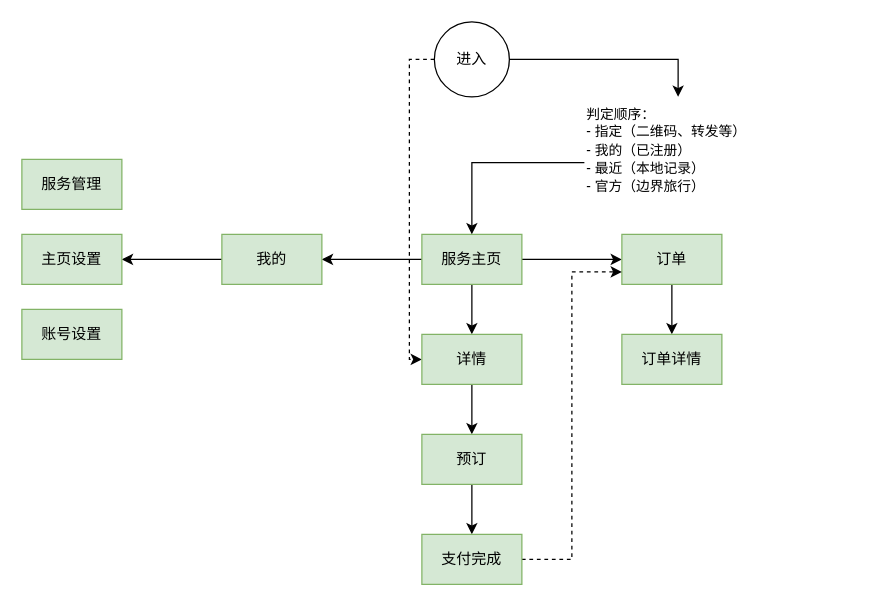
Before: bluedge.drawio in sunkeyfong/flowcharts, a draw.io diagram. Source tidied: cells renumbered, new cells numbered last; positions are measured from the earlier drawing's top-left corner, leaving out a move shared by most shapes. Both pictures are drawn from the tidied source at 125%, with x=0, y=0 at pixel (21, 21).
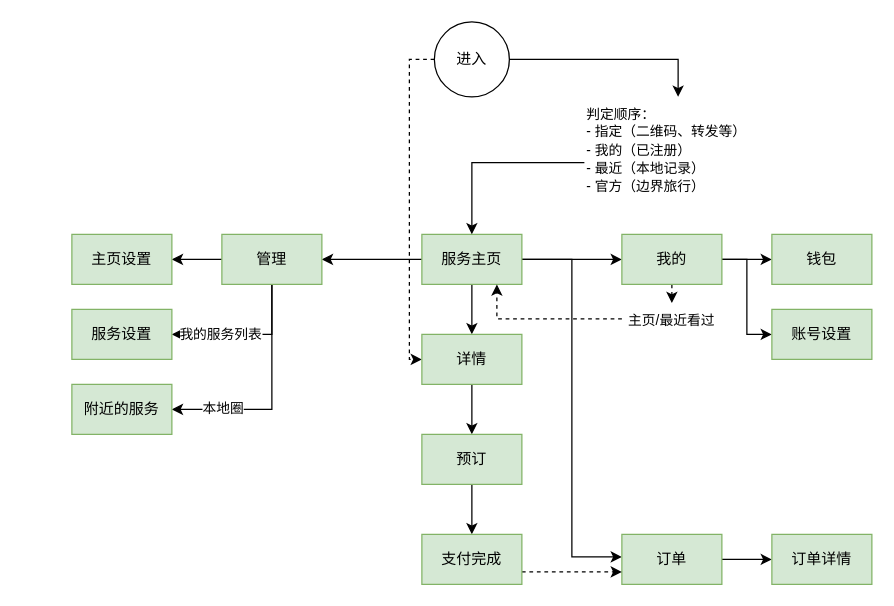
The same diagram, later.

Unchanged cells that the change refers to:
```xml
<mxCell id="8" value="服务主页" style="rounded=0;whiteSpace=wrap;html=1;fillColor=#d5e8d4;strokeColor=#82b366;" parent="1" vertex="1">
  <mxGeometry x="320" y="170" width="80" height="40" as="geometry" />
</mxCell>
<mxCell id="20" value="支付完成" style="rounded=0;whiteSpace=wrap;html=1;fillColor=#d5e8d4;strokeColor=#82b366;" parent="1" vertex="1">
  <mxGeometry x="320" y="410" width="80" height="40" as="geometry" />
</mxCell>
```

What changed in the source:
```diff
@@
+    <mxCell id="7" style="edgeStyle=orthogonalEdgeStyle;rounded=0;jettySize=auto;html=1;" parent="1" edge="1" source="8" target="16">
+      <mxGeometry relative="1" as="geometry">
+        <Array as="points">
+          <mxPoint x="440" y="190" />
+          <mxPoint x="440" y="428" />
+        </Array>
+      </mxGeometry>
+    </mxCell>
-    <mxCell id="6" style="edgeStyle=orthogonalEdgeStyle;rounded=0;jettySize=auto;html=1;" parent="1" edge="1" source="8" target="14">
+    <mxCell id="6" style="edgeStyle=orthogonalEdgeStyle;rounded=0;jettySize=auto;html=1;exitX=1;exitY=0.5;exitDx=0;exitDy=0;entryX=0;entryY=0.5;entryDx=0;entryDy=0;startArrow=none;startFill=0;" parent="1" edge="1" source="8" target="14">
       <mxGeometry relative="1" as="geometry" />
     </mxCell>
-    <mxCell id="7" style="edgeStyle=orthogonalEdgeStyle;rounded=0;jettySize=auto;html=1;" parent="1" edge="1" source="8" target="16">
-      <mxGeometry relative="1" as="geometry" />
-    </mxCell>
+    <mxCell id="25" style="edgeStyle=orthogonalEdgeStyle;rounded=0;jettySize=auto;html=1;startArrow=none;startFill=0;" parent="1" edge="1" source="8" target="22">
+      <mxGeometry relative="1" as="geometry" />
+    </mxCell>
@@
-    <mxCell id="13" style="edgeStyle=orthogonalEdgeStyle;rounded=0;jettySize=auto;html=1;startArrow=none;startFill=0;" parent="1" edge="1" source="14" target="22">
-      <mxGeometry relative="1" as="geometry" />
-    </mxCell>
+    <mxCell id="26" style="edgeStyle=orthogonalEdgeStyle;rounded=0;jettySize=auto;html=1;startArrow=none;startFill=0;" parent="1" edge="1" source="14" target="36">
+      <mxGeometry relative="1" as="geometry" />
+    </mxCell>
+    <mxCell id="27" style="edgeStyle=orthogonalEdgeStyle;rounded=0;jettySize=auto;html=1;exitX=0.5;exitY=1;exitDx=0;exitDy=0;entryX=0.5;entryY=0;entryDx=0;entryDy=0;dashed=1;startArrow=none;startFill=0;" parent="1" edge="1" source="14" target="35">
+      <mxGeometry relative="1" as="geometry" />
+    </mxCell>
+    <mxCell id="28" style="edgeStyle=orthogonalEdgeStyle;rounded=0;jettySize=auto;html=1;exitX=1;exitY=0.5;exitDx=0;exitDy=0;entryX=0;entryY=0.5;entryDx=0;entryDy=0;startArrow=none;startFill=0;" parent="1" edge="1" source="14" target="24">
+      <mxGeometry relative="1" as="geometry" />
+    </mxCell>
     <mxCell id="14" value="我的" style="rounded=0;whiteSpace=wrap;html=1;fillColor=#d5e8d4;strokeColor=#82b366;" parent="1" vertex="1">
-      <mxGeometry x="160" y="170" width="80" height="40" as="geometry" />
+      <mxGeometry x="480" y="170" width="80" height="40" as="geometry" />
     </mxCell>
@@
     <mxCell id="16" value="订单" style="rounded=0;whiteSpace=wrap;html=1;fillColor=#d5e8d4;strokeColor=#82b366;" parent="1" vertex="1">
-      <mxGeometry x="480" y="170" width="80" height="40" as="geometry" />
+      <mxGeometry x="480" y="410" width="80" height="40" as="geometry" />
     </mxCell>
@@
-    <mxCell id="19" style="edgeStyle=orthogonalEdgeStyle;rounded=0;jettySize=auto;html=1;exitX=1;exitY=0.5;exitDx=0;exitDy=0;entryX=0;entryY=0.75;entryDx=0;entryDy=0;startArrow=none;startFill=0;dashed=1;" parent="1" edge="1" source="20" target="16">
-      <mxGeometry relative="1" as="geometry" />
+    <mxCell id="19" style="edgeStyle=orthogonalEdgeStyle;rounded=0;jettySize=auto;html=1;startArrow=none;startFill=0;dashed=1;exitX=1;exitY=0.75;exitDx=0;exitDy=0;" parent="1" edge="1" source="20">
+      <mxGeometry relative="1" as="geometry">
+        <mxPoint x="480" y="440" as="targetPoint" />
+        <Array as="points">
+          <mxPoint x="430" y="440" />
+          <mxPoint x="430" y="440" />
+        </Array>
+      </mxGeometry>
     </mxCell>
@@
     <mxCell id="21" value="订单详情" style="rounded=0;whiteSpace=wrap;html=1;fillColor=#d5e8d4;strokeColor=#82b366;" parent="1" vertex="1">
-      <mxGeometry x="480" y="250" width="80" height="40" as="geometry" />
+      <mxGeometry x="600" y="410" width="80" height="40" as="geometry" />
     </mxCell>
+    <mxCell id="29" style="edgeStyle=orthogonalEdgeStyle;rounded=0;jettySize=auto;html=1;startArrow=none;startFill=0;" parent="1" edge="1" source="22" target="37">
+      <mxGeometry relative="1" as="geometry" />
+    </mxCell>
+    <mxCell id="30" style="edgeStyle=orthogonalEdgeStyle;rounded=0;jettySize=auto;html=1;exitX=0.5;exitY=1;exitDx=0;exitDy=0;entryX=1;entryY=0.5;entryDx=0;entryDy=0;startArrow=none;startFill=0;" parent="1" edge="1" source="22" target="23">
+      <mxGeometry relative="1" as="geometry" />
+    </mxCell>
+    <mxCell id="31" value="我的服务列表" style="edgeLabel;html=1;align=center;verticalAlign=middle;" parent="30" vertex="1">
+      <mxGeometry x="0.36" y="-1" relative="1" as="geometry" />
+    </mxCell>
+    <mxCell id="32" style="edgeStyle=orthogonalEdgeStyle;rounded=0;jettySize=auto;html=1;exitX=0.5;exitY=1;exitDx=0;exitDy=0;entryX=1;entryY=0.5;entryDx=0;entryDy=0;startArrow=none;startFill=0;" parent="1" edge="1" source="22" target="38">
+      <mxGeometry relative="1" as="geometry" />
+    </mxCell>
+    <mxCell id="33" value="本地圈" style="edgeLabel;html=1;align=center;verticalAlign=middle;" parent="32" vertex="1">
+      <mxGeometry x="0.55" y="-2" relative="1" as="geometry" />
+    </mxCell>
-    <mxCell id="22" value="主页设置" style="rounded=0;whiteSpace=wrap;html=1;fillColor=#d5e8d4;strokeColor=#82b366;" parent="1" vertex="1">
-      <mxGeometry y="170" width="80" height="40" as="geometry" />
+    <mxCell id="22" value="管理" style="rounded=0;whiteSpace=wrap;html=1;fillColor=#d5e8d4;strokeColor=#82b366;" parent="1" vertex="1">
+      <mxGeometry x="160" y="170" width="80" height="40" as="geometry" />
     </mxCell>
-    <mxCell id="23" value="服务管理" style="rounded=0;whiteSpace=wrap;html=1;fillColor=#d5e8d4;strokeColor=#82b366;" parent="1" vertex="1">
-      <mxGeometry y="110" width="80" height="40" as="geometry" />
+    <mxCell id="23" value="服务设置" style="rounded=0;whiteSpace=wrap;html=1;fillColor=#d5e8d4;strokeColor=#82b366;" parent="1" vertex="1">
+      <mxGeometry x="40" y="230" width="80" height="40" as="geometry" />
     </mxCell>
     <mxCell id="24" value="账号设置" style="rounded=0;whiteSpace=wrap;html=1;fillColor=#d5e8d4;strokeColor=#82b366;" parent="1" vertex="1">
-      <mxGeometry y="230" width="80" height="40" as="geometry" />
+      <mxGeometry x="600" y="230" width="80" height="40" as="geometry" />
     </mxCell>
+    <mxCell id="34" style="edgeStyle=orthogonalEdgeStyle;rounded=0;jettySize=auto;html=1;exitX=0;exitY=0.5;exitDx=0;exitDy=0;entryX=0.75;entryY=1;entryDx=0;entryDy=0;startArrow=none;startFill=0;dashed=1;" parent="1" edge="1" source="35" target="8">
+      <mxGeometry relative="1" as="geometry" />
+    </mxCell>
+    <mxCell id="35" value="&lt;font face=&quot;helvetica&quot;&gt;&lt;span style=&quot;font-size: 11px ; background-color: rgb(255 , 255 , 255)&quot;&gt;主页/最近看过&lt;/span&gt;&lt;/font&gt;" style="text;whiteSpace=wrap;html=1;align=center;" parent="1" vertex="1">
+      <mxGeometry x="480" y="225" width="80" height="25" as="geometry" />
+    </mxCell>
+    <mxCell id="36" value="钱包" style="rounded=0;whiteSpace=wrap;html=1;fillColor=#d5e8d4;strokeColor=#82b366;" parent="1" vertex="1">
+      <mxGeometry x="600" y="170" width="80" height="40" as="geometry" />
+    </mxCell>
+    <mxCell id="37" value="主页设置" style="rounded=0;whiteSpace=wrap;html=1;fillColor=#d5e8d4;strokeColor=#82b366;" parent="1" vertex="1">
+      <mxGeometry x="40" y="170" width="80" height="40" as="geometry" />
+    </mxCell>
+    <mxCell id="38" value="附近的服务" style="rounded=0;whiteSpace=wrap;html=1;fillColor=#d5e8d4;strokeColor=#82b366;" parent="1" vertex="1">
+      <mxGeometry x="40" y="290" width="80" height="40" as="geometry" />
+    </mxCell>
```
